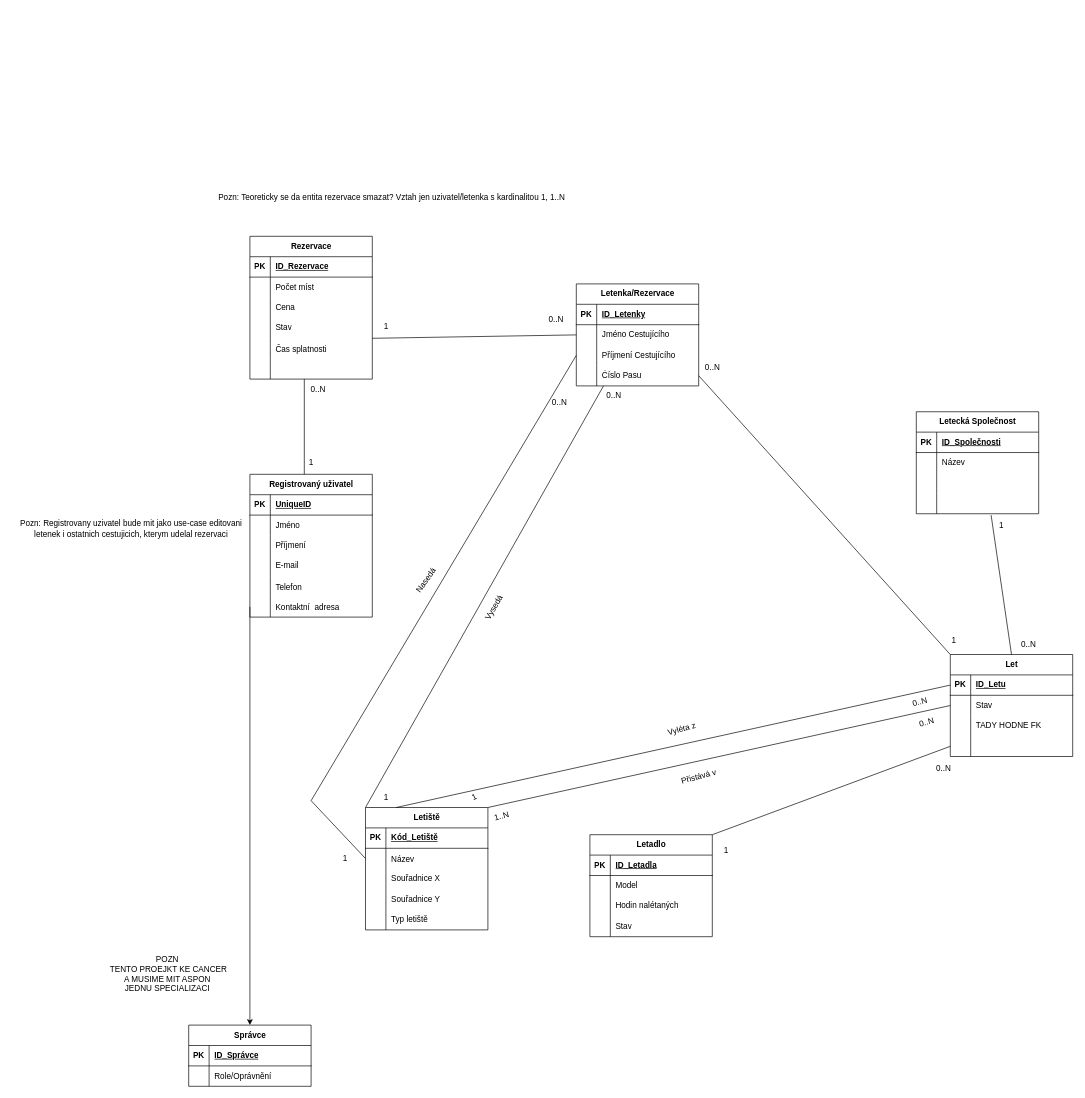
Vacko32/IDSProject keeps this draw.io diagram as ER.drawio. Above is the earlier version. Source tidied: cells renumbered, new cells numbered last; positions are measured from the earlier drawing's top-left corner, leaving out a move shared by most shapes. Both pictures are drawn from the tidied source at 68%, with x=0, y=0 at pixel (12, 187).
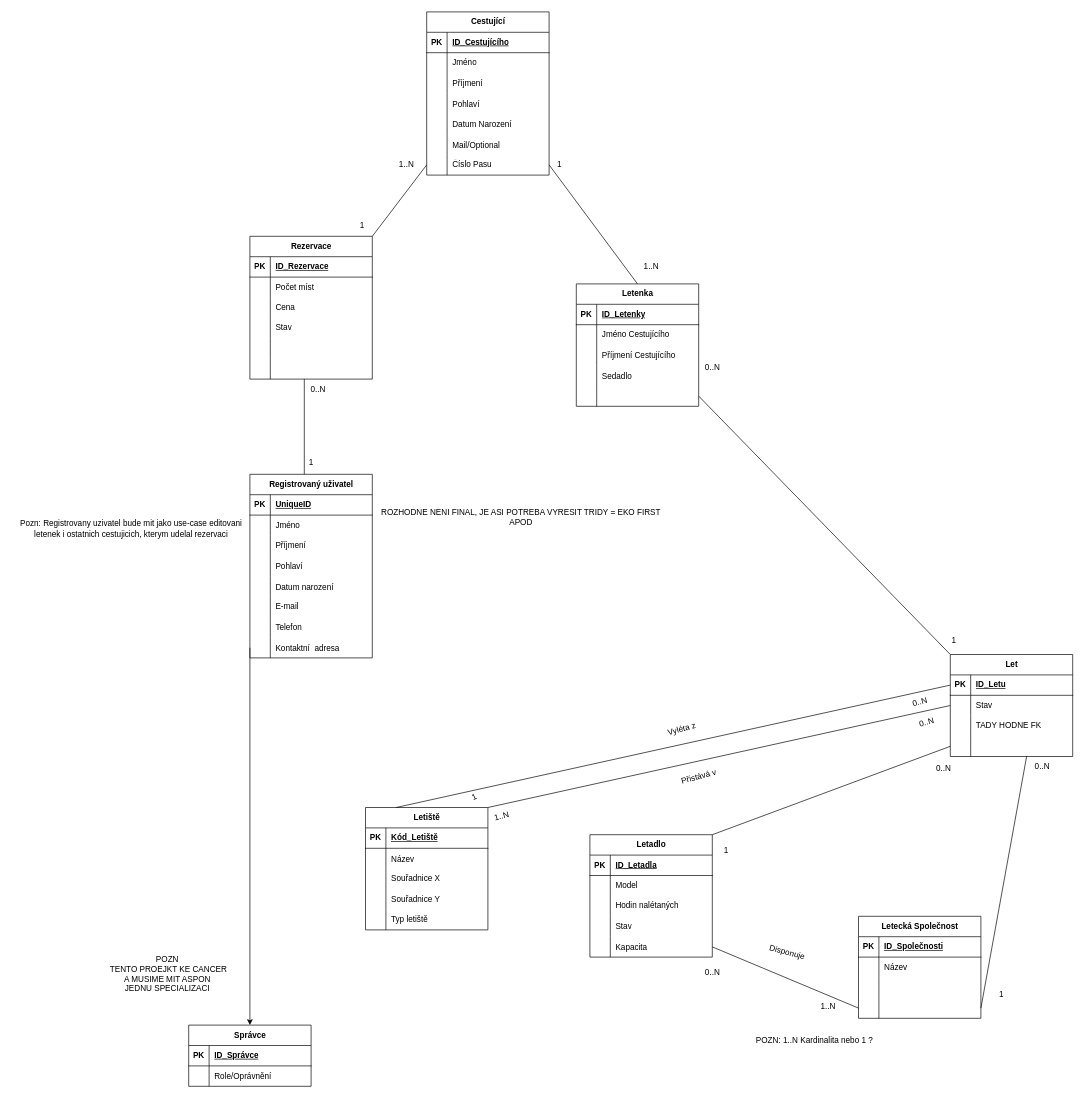
Above is the later version.

Commit message:
commited review

Unchanged cells that the change refers to:
```xml
<mxCell id="6" style="shape=tableRow;horizontal=0;startSize=0;swimlaneHead=0;swimlaneBody=0;fillColor=none;points=[[0,0.5],[1,0.5]];portConstraint=eastwest;top=0;left=0;right=0;bottom=0;" parent="2" vertex="1">
  <mxGeometry y="60" width="180" height="30" as="geometry" />
</mxCell>
<mxCell id="9" style="shape=tableRow;horizontal=0;startSize=0;swimlaneHead=0;swimlaneBody=0;fillColor=none;points=[[0,0.5],[1,0.5]];portConstraint=eastwest;top=0;left=0;right=0;bottom=0;" parent="2" vertex="1">
  <mxGeometry y="90" width="180" height="30" as="geometry" />
</mxCell>
<mxCell id="25" style="shape=tableRow;horizontal=0;startSize=0;swimlaneHead=0;swimlaneBody=0;fillColor=none;points=[[0,0.5],[1,0.5]];portConstraint=eastwest;top=0;left=0;right=0;bottom=0;" parent="15" vertex="1">
  <mxGeometry y="120" width="180" height="30" as="geometry" />
</mxCell>
<mxCell id="28" value="Letiště" style="shape=table;startSize=30;childLayout=tableLayout;rowLines=0;fontStyle=1;align=center;html=1;" parent="1" vertex="1">
  <mxGeometry x="520" y="912" width="180" height="180" as="geometry" />
</mxCell>
<mxCell id="32" style="shape=tableRow;horizontal=0;startSize=0;swimlaneHead=0;swimlaneBody=0;fillColor=none;points=[[0,0.5],[1,0.5]];portConstraint=eastwest;top=0;left=0;right=0;bottom=0;" parent="28" vertex="1">
  <mxGeometry y="60" width="180" height="30" as="geometry" />
</mxCell>
<mxCell id="57" value="Let" style="shape=table;startSize=30;childLayout=tableLayout;rowLines=0;fontStyle=1;align=center;html=1;" parent="1" vertex="1">
  <mxGeometry x="1380" y="687" width="180" height="150" as="geometry" />
</mxCell>
<mxCell id="67" style="shape=tableRow;horizontal=0;startSize=0;swimlaneHead=0;swimlaneBody=0;fillColor=none;points=[[0,0.5],[1,0.5]];portConstraint=eastwest;top=0;left=0;right=0;bottom=0;" parent="57" vertex="1">
  <mxGeometry y="120" width="180" height="30" as="geometry" />
</mxCell>
<mxCell id="88" style="shape=tableRow;horizontal=0;startSize=0;swimlaneHead=0;swimlaneBody=0;fillColor=none;top=0;left=0;right=0;bottom=0;" parent="75" vertex="1">
  <mxGeometry y="150" width="180" height="30" as="geometry" />
</mxCell>
```

Change to the diagram source:
```diff
@@
-    <mxCell id="2" value="Letenka/Rezervace" style="shape=table;startSize=30;childLayout=tableLayout;rowLines=0;fontStyle=1;align=center;html=1;" parent="1" vertex="1">
-      <mxGeometry x="830" y="142" width="180" height="150" as="geometry" />
+    <mxCell id="2" value="Letenka" style="shape=table;startSize=30;childLayout=tableLayout;rowLines=0;fontStyle=1;align=center;html=1;" parent="1" vertex="1">
+      <mxGeometry x="830" y="142" width="180" height="180" as="geometry" />
     </mxCell>
@@
+    <mxCell id="151" style="shape=tableRow;horizontal=0;startSize=0;swimlaneHead=0;swimlaneBody=0;fillColor=none;top=0;left=0;right=0;bottom=0;" parent="2" vertex="1">
+      <mxGeometry y="120" width="180" height="30" as="geometry" />
+    </mxCell>
+    <mxCell id="152" style="shape=partialRectangle;fillColor=none;top=0;left=0;bottom=0;right=0;overflow=hidden;" parent="151" vertex="1">
+      <mxGeometry width="30" height="30" as="geometry" />
+    </mxCell>
+    <mxCell id="153" value="Sedadlo" style="shape=partialRectangle;fillColor=none;top=0;left=0;bottom=0;right=0;align=left;spacingLeft=6;overflow=hidden;" parent="151" vertex="1">
+      <mxGeometry x="30" width="150" height="30" as="geometry" />
+    </mxCell>
     <mxCell id="12" style="shape=tableRow;horizontal=0;startSize=0;swimlaneHead=0;swimlaneBody=0;fillColor=none;points=[[0,0.5],[1,0.5]];portConstraint=eastwest;top=0;left=0;right=0;bottom=0;" parent="2" vertex="1">
-      <mxGeometry y="120" width="180" height="30" as="geometry" />
+      <mxGeometry y="150" width="180" height="30" as="geometry" />
     </mxCell>
@@
-    <mxCell id="14" value="Číslo Pasu" style="shape=partialRectangle;fillColor=none;top=0;left=0;bottom=0;right=0;align=left;spacingLeft=6;overflow=hidden;whiteSpace=wrap;html=1;" parent="12" vertex="1">
+    <mxCell id="14" style="shape=partialRectangle;fillColor=none;top=0;left=0;bottom=0;right=0;align=left;spacingLeft=6;overflow=hidden;whiteSpace=wrap;html=1;" parent="12" vertex="1">
       <mxGeometry x="30" width="150" height="30" as="geometry" />
     </mxCell>
     <mxCell id="15" value="Letecká Společnost" style="shape=table;startSize=30;childLayout=tableLayout;rowLines=0;fontStyle=1;align=center;html=1;" parent="1" vertex="1">
-      <mxGeometry x="1330" y="330" width="180" height="150" as="geometry" />
+      <mxGeometry x="1245" y="1072" width="180" height="150" as="geometry" />
     </mxCell>
@@
     <mxCell id="44" value="Letadlo" style="shape=table;startSize=30;childLayout=tableLayout;rowLines=0;fontStyle=1;align=center;html=1;" parent="1" vertex="1">
-      <mxGeometry x="850" y="952" width="180" height="150" as="geometry" />
+      <mxGeometry x="850" y="952" width="180" height="180" as="geometry" />
     </mxCell>
@@
+    <mxCell id="154" style="shape=tableRow;horizontal=0;startSize=0;swimlaneHead=0;swimlaneBody=0;fillColor=none;points=[[0,0.5],[1,0.5]];portConstraint=eastwest;top=0;left=0;right=0;bottom=0;" parent="44" vertex="1">
+      <mxGeometry y="150" width="180" height="30" as="geometry" />
+    </mxCell>
+    <mxCell id="155" style="shape=partialRectangle;fillColor=none;top=0;left=0;bottom=0;right=0;overflow=hidden;" parent="154" vertex="1">
+      <mxGeometry width="30" height="30" as="geometry" />
+    </mxCell>
+    <mxCell id="156" value="Kapacita" style="shape=partialRectangle;fillColor=none;top=0;left=0;bottom=0;right=0;align=left;spacingLeft=6;overflow=hidden;" parent="154" vertex="1">
+      <mxGeometry x="30" width="150" height="30" as="geometry" />
+    </mxCell>
@@
-    <mxCell id="73" style="endArrow=none;html=1;rounded=0;exitX=0.5;exitY=0;exitDx=0;exitDy=0;" parent="1" edge="1" source="57">
-      <mxGeometry relative="1" as="geometry">
-        <mxPoint x="1440" y="482" as="targetPoint" />
-      </mxGeometry>
+    <mxCell id="73" style="endArrow=none;html=1;rounded=0;exitX=0.624;exitY=0.985;exitDx=0;exitDy=0;entryX=1;entryY=0.5;entryDx=0;entryDy=0;exitPerimeter=0;" parent="1" edge="1" source="67" target="25">
+      <mxGeometry relative="1" as="geometry" />
     </mxCell>
@@
-    <mxCell id="90" value="Čas splatnosti" style="shape=partialRectangle;fillColor=none;top=0;left=0;bottom=0;right=0;align=left;spacingLeft=6;overflow=hidden;" parent="88" vertex="1">
+    <mxCell id="90" style="shape=partialRectangle;fillColor=none;top=0;left=0;bottom=0;right=0;align=left;spacingLeft=6;overflow=hidden;" parent="88" vertex="1">
       <mxGeometry x="30" width="150" height="30" as="geometry" />
     </mxCell>
@@
     <mxCell id="94" value="Registrovaný uživatel" style="shape=table;startSize=30;childLayout=tableLayout;rowLines=0;fontStyle=1;align=center;html=1;" parent="1" vertex="1">
-      <mxGeometry x="350" y="422" width="180" height="210" as="geometry" />
+      <mxGeometry x="350" y="422" width="180" height="270" as="geometry" />
     </mxCell>
@@
+    <mxCell id="157" style="shape=tableRow;horizontal=0;startSize=0;swimlaneHead=0;swimlaneBody=0;fillColor=none;top=0;left=0;right=0;bottom=0;" parent="94" vertex="1">
+      <mxGeometry y="120" width="180" height="30" as="geometry" />
+    </mxCell>
+    <mxCell id="158" style="shape=partialRectangle;fillColor=none;top=0;left=0;bottom=0;right=0;overflow=hidden;" parent="157" vertex="1">
+      <mxGeometry width="30" height="30" as="geometry" />
+    </mxCell>
+    <mxCell id="159" value="Pohlaví" style="shape=partialRectangle;fillColor=none;top=0;left=0;bottom=0;right=0;align=left;spacingLeft=6;overflow=hidden;" parent="157" vertex="1">
+      <mxGeometry x="30" width="150" height="30" as="geometry" />
+    </mxCell>
+    <mxCell id="160" style="shape=tableRow;horizontal=0;startSize=0;swimlaneHead=0;swimlaneBody=0;fillColor=none;top=0;left=0;right=0;bottom=0;" parent="94" vertex="1">
+      <mxGeometry y="150" width="180" height="30" as="geometry" />
+    </mxCell>
+    <mxCell id="161" style="shape=partialRectangle;fillColor=none;top=0;left=0;bottom=0;right=0;overflow=hidden;" parent="160" vertex="1">
+      <mxGeometry width="30" height="30" as="geometry" />
+    </mxCell>
+    <mxCell id="162" value="Datum narození" style="shape=partialRectangle;fillColor=none;top=0;left=0;bottom=0;right=0;align=left;spacingLeft=6;overflow=hidden;" parent="160" vertex="1">
+      <mxGeometry x="30" width="150" height="30" as="geometry" />
+    </mxCell>
     <mxCell id="104" style="shape=tableRow;horizontal=0;startSize=0;swimlaneHead=0;swimlaneBody=0;fillColor=none;top=0;left=0;right=0;bottom=0;" parent="94" vertex="1">
-      <mxGeometry y="120" width="180" height="30" as="geometry" />
+      <mxGeometry y="180" width="180" height="30" as="geometry" />
     </mxCell>
@@
     <mxCell id="107" style="shape=tableRow;horizontal=0;startSize=0;swimlaneHead=0;swimlaneBody=0;fillColor=none;top=0;left=0;right=0;bottom=0;" parent="94" vertex="1">
-      <mxGeometry y="150" width="180" height="30" as="geometry" />
+      <mxGeometry y="210" width="180" height="30" as="geometry" />
     </mxCell>
@@
     <mxCell id="110" style="shape=tableRow;horizontal=0;startSize=0;swimlaneHead=0;swimlaneBody=0;fillColor=none;points=[[0,0.5],[1,0.5]];portConstraint=eastwest;top=0;left=0;right=0;bottom=0;" parent="94" vertex="1">
-      <mxGeometry y="180" width="180" height="30" as="geometry" />
+      <mxGeometry y="240" width="180" height="30" as="geometry" />
     </mxCell>
@@
-    <mxCell id="113" style="endArrow=none;html=1;rounded=0;entryX=0;entryY=0.5;entryDx=0;entryDy=0;" parent="1" edge="1" target="6">
-      <mxGeometry relative="1" as="geometry">
-        <mxPoint x="530" y="222" as="sourcePoint" />
-      </mxGeometry>
-    </mxCell>
@@
-    <mxCell id="118" value="1" style="text;html=1;align=center;verticalAlign=middle;strokeColor=none;fillColor=none;" parent="1" vertex="1">
-      <mxGeometry x="535" y="190" width="30" height="30" as="geometry" />
-    </mxCell>
-    <mxCell id="119" value="0..N" style="text;html=1;align=center;verticalAlign=middle;strokeColor=none;fillColor=none;" parent="1" vertex="1">
-      <mxGeometry x="775" y="180" width="50" height="30" as="geometry" />
-    </mxCell>
@@
     <mxCell id="122" value="1" style="text;html=1;align=center;verticalAlign=middle;strokeColor=none;fillColor=none;" parent="1" vertex="1">
-      <mxGeometry x="1440" y="482" width="30" height="30" as="geometry" />
+      <mxGeometry x="1440" y="1172" width="30" height="30" as="geometry" />
     </mxCell>
     <mxCell id="123" value="0..N" style="text;html=1;align=center;verticalAlign=middle;strokeColor=none;fillColor=none;" parent="1" vertex="1">
-      <mxGeometry x="1470" y="657" width="50" height="30" as="geometry" />
+      <mxGeometry x="1490" y="837" width="50" height="30" as="geometry" />
     </mxCell>
@@
-    <mxCell id="132" value="Pozn: Teoreticky se da entita rezervace smazat? Vztah jen uzivatel/letenka s kardinalitou 1, 1..N&amp;nbsp;" style="text;html=1;align=center;verticalAlign=middle;strokeColor=none;fillColor=none;" parent="1" vertex="1">
-      <mxGeometry x="290" width="540" height="30" as="geometry" />
-    </mxCell>
-    <mxCell id="133" style="endArrow=none;html=1;rounded=0;exitX=0;exitY=0;exitDx=0;exitDy=0;" parent="1" edge="1" source="28">
-      <mxGeometry relative="1" as="geometry">
-        <mxPoint x="870" y="292" as="targetPoint" />
-      </mxGeometry>
-    </mxCell>
-    <mxCell id="134" style="endArrow=none;html=1;rounded=0;entryX=0;entryY=0.5;entryDx=0;entryDy=0;" parent="1" edge="1" target="32">
-      <mxGeometry relative="1" as="geometry">
-        <mxPoint x="440" y="902" as="sourcePoint" />
-      </mxGeometry>
-    </mxCell>
-    <mxCell id="135" style="endArrow=none;html=1;rounded=0;entryX=0;entryY=0.5;entryDx=0;entryDy=0;" parent="1" edge="1" target="9">
-      <mxGeometry relative="1" as="geometry">
-        <mxPoint x="440" y="902" as="sourcePoint" />
-      </mxGeometry>
-    </mxCell>
-    <mxCell id="136" value="Nasedá&amp;nbsp;" style="text;html=1;align=center;verticalAlign=middle;strokeColor=none;fillColor=none;rotation=-55;" parent="1" vertex="1">
-      <mxGeometry x="575" y="562" width="70" height="30" as="geometry" />
-    </mxCell>
-    <mxCell id="137" value="Vysedá&amp;nbsp;" style="text;html=1;align=center;verticalAlign=middle;strokeColor=none;fillColor=none;rotation=-60;" parent="1" vertex="1">
-      <mxGeometry x="675" y="602" width="70" height="30" as="geometry" />
-    </mxCell>
-    <mxCell id="138" value="1" style="text;html=1;align=center;verticalAlign=middle;strokeColor=none;fillColor=none;rotation=0;" parent="1" vertex="1">
-      <mxGeometry x="535" y="882" width="30" height="30" as="geometry" />
-    </mxCell>
-    <mxCell id="139" value="1" style="text;html=1;align=center;verticalAlign=middle;strokeColor=none;fillColor=none;rotation=0;" parent="1" vertex="1">
-      <mxGeometry x="475" y="972" width="30" height="30" as="geometry" />
-    </mxCell>
-    <mxCell id="140" value="0..N" style="text;html=1;align=center;verticalAlign=middle;strokeColor=none;fillColor=none;" parent="1" vertex="1">
-      <mxGeometry x="860" y="292" width="50" height="30" as="geometry" />
-    </mxCell>
-    <mxCell id="141" value="0..N" style="text;html=1;align=center;verticalAlign=middle;strokeColor=none;fillColor=none;" parent="1" vertex="1">
-      <mxGeometry x="780" y="302" width="50" height="30" as="geometry" />
-    </mxCell>
@@
+    <mxCell id="163" value="Cestující" style="shape=table;startSize=30;childLayout=tableLayout;rowLines=0;fontStyle=1;align=center;html=1;" parent="1" vertex="1">
+      <mxGeometry x="610" y="-258" width="180" height="240" as="geometry" />
+    </mxCell>
+    <mxCell id="164" style="shape=tableRow;horizontal=0;startSize=0;swimlaneHead=0;swimlaneBody=0;fillColor=none;top=0;left=0;right=0;bottom=1;" parent="163" vertex="1">
+      <mxGeometry y="30" width="180" height="30" as="geometry" />
+    </mxCell>
+    <mxCell id="165" value="PK" style="shape=partialRectangle;fillColor=none;top=0;left=0;bottom=0;right=0;fontStyle=1;overflow=hidden;whiteSpace=wrap;html=1;" parent="164" vertex="1">
+      <mxGeometry width="30" height="30" as="geometry" />
+    </mxCell>
+    <mxCell id="166" value="ID_Cestujícího" style="shape=partialRectangle;fillColor=none;top=0;left=0;bottom=0;right=0;align=left;spacingLeft=6;fontStyle=5;overflow=hidden;whiteSpace=wrap;html=1;" parent="164" vertex="1">
+      <mxGeometry x="30" width="150" height="30" as="geometry" />
+    </mxCell>
+    <mxCell id="167" style="shape=tableRow;horizontal=0;startSize=0;swimlaneHead=0;swimlaneBody=0;fillColor=none;top=0;left=0;right=0;bottom=0;" parent="163" vertex="1">
+      <mxGeometry y="60" width="180" height="30" as="geometry" />
+    </mxCell>
+    <mxCell id="168" style="shape=partialRectangle;fillColor=none;top=0;left=0;bottom=0;right=0;overflow=hidden;whiteSpace=wrap;html=1;" parent="167" vertex="1">
+      <mxGeometry width="30" height="30" as="geometry" />
+    </mxCell>
+    <mxCell id="169" value="Jméno" style="shape=partialRectangle;fillColor=none;top=0;left=0;bottom=0;right=0;align=left;spacingLeft=6;overflow=hidden;whiteSpace=wrap;html=1;" parent="167" vertex="1">
+      <mxGeometry x="30" width="150" height="30" as="geometry" />
+    </mxCell>
+    <mxCell id="170" style="shape=tableRow;horizontal=0;startSize=0;swimlaneHead=0;swimlaneBody=0;fillColor=none;top=0;left=0;right=0;bottom=0;" parent="163" vertex="1">
+      <mxGeometry y="90" width="180" height="30" as="geometry" />
+    </mxCell>
+    <mxCell id="171" style="shape=partialRectangle;fillColor=none;top=0;left=0;bottom=0;right=0;overflow=hidden;whiteSpace=wrap;html=1;" parent="170" vertex="1">
+      <mxGeometry width="30" height="30" as="geometry" />
+    </mxCell>
+    <mxCell id="172" value="Příjmení" style="shape=partialRectangle;fillColor=none;top=0;left=0;bottom=0;right=0;align=left;spacingLeft=6;overflow=hidden;whiteSpace=wrap;html=1;" parent="170" vertex="1">
+      <mxGeometry x="30" width="150" height="30" as="geometry" />
+    </mxCell>
+    <mxCell id="173" style="shape=tableRow;horizontal=0;startSize=0;swimlaneHead=0;swimlaneBody=0;fillColor=none;top=0;left=0;right=0;bottom=0;" parent="163" vertex="1">
+      <mxGeometry y="120" width="180" height="30" as="geometry" />
+    </mxCell>
+    <mxCell id="174" style="shape=partialRectangle;fillColor=none;top=0;left=0;bottom=0;right=0;overflow=hidden;" parent="173" vertex="1">
+      <mxGeometry width="30" height="30" as="geometry" />
+    </mxCell>
+    <mxCell id="175" value="Pohlaví" style="shape=partialRectangle;fillColor=none;top=0;left=0;bottom=0;right=0;align=left;spacingLeft=6;overflow=hidden;" parent="173" vertex="1">
+      <mxGeometry x="30" width="150" height="30" as="geometry" />
+    </mxCell>
+    <mxCell id="176" style="shape=tableRow;horizontal=0;startSize=0;swimlaneHead=0;swimlaneBody=0;fillColor=none;top=0;left=0;right=0;bottom=0;" parent="163" vertex="1">
+      <mxGeometry y="150" width="180" height="30" as="geometry" />
+    </mxCell>
+    <mxCell id="177" style="shape=partialRectangle;fillColor=none;top=0;left=0;bottom=0;right=0;overflow=hidden;" parent="176" vertex="1">
+      <mxGeometry width="30" height="30" as="geometry" />
+    </mxCell>
+    <mxCell id="178" value="Datum Narození" style="shape=partialRectangle;fillColor=none;top=0;left=0;bottom=0;right=0;align=left;spacingLeft=6;overflow=hidden;" parent="176" vertex="1">
+      <mxGeometry x="30" width="150" height="30" as="geometry" />
+    </mxCell>
+    <mxCell id="179" style="shape=tableRow;horizontal=0;startSize=0;swimlaneHead=0;swimlaneBody=0;fillColor=none;top=0;left=0;right=0;bottom=0;" parent="163" vertex="1">
+      <mxGeometry y="180" width="180" height="30" as="geometry" />
+    </mxCell>
+    <mxCell id="180" style="shape=partialRectangle;fillColor=none;top=0;left=0;bottom=0;right=0;overflow=hidden;" parent="179" vertex="1">
+      <mxGeometry width="30" height="30" as="geometry" />
+    </mxCell>
+    <mxCell id="181" value="Mail/Optional" style="shape=partialRectangle;fillColor=none;top=0;left=0;bottom=0;right=0;align=left;spacingLeft=6;overflow=hidden;" parent="179" vertex="1">
+      <mxGeometry x="30" width="150" height="30" as="geometry" />
+    </mxCell>
+    <mxCell id="182" style="shape=tableRow;horizontal=0;startSize=0;swimlaneHead=0;swimlaneBody=0;fillColor=none;points=[[0,0.5],[1,0.5]];portConstraint=eastwest;top=0;left=0;right=0;bottom=0;" parent="163" vertex="1">
+      <mxGeometry y="210" width="180" height="30" as="geometry" />
+    </mxCell>
+    <mxCell id="183" style="shape=partialRectangle;fillColor=none;top=0;left=0;bottom=0;right=0;overflow=hidden;whiteSpace=wrap;html=1;" parent="182" vertex="1">
+      <mxGeometry width="30" height="30" as="geometry" />
+    </mxCell>
+    <mxCell id="184" value="Číslo Pasu" style="shape=partialRectangle;fillColor=none;top=0;left=0;bottom=0;right=0;align=left;spacingLeft=6;overflow=hidden;whiteSpace=wrap;html=1;" parent="182" vertex="1">
+      <mxGeometry x="30" width="150" height="30" as="geometry" />
+    </mxCell>
+    <mxCell id="185" style="endArrow=none;html=1;rounded=0;entryX=0;entryY=0.5;entryDx=0;entryDy=0;" parent="1" edge="1" target="182">
+      <mxGeometry relative="1" as="geometry">
+        <mxPoint x="530" y="72" as="sourcePoint" />
+      </mxGeometry>
+    </mxCell>
+    <mxCell id="186" style="endArrow=none;html=1;rounded=0;exitX=1;exitY=0.5;exitDx=0;exitDy=0;entryX=0.5;entryY=0;entryDx=0;entryDy=0;" parent="1" edge="1" source="182" target="2">
+      <mxGeometry relative="1" as="geometry" />
+    </mxCell>
+    <mxCell id="187" value="1" style="text;html=1;align=center;verticalAlign=middle;strokeColor=none;fillColor=none;" parent="1" vertex="1">
+      <mxGeometry x="500" y="42" width="30" height="30" as="geometry" />
+    </mxCell>
+    <mxCell id="188" value="1..N" style="text;html=1;align=center;verticalAlign=middle;strokeColor=none;fillColor=none;" parent="1" vertex="1">
+      <mxGeometry x="555" y="-48" width="50" height="30" as="geometry" />
+    </mxCell>
+    <mxCell id="189" value="1" style="text;html=1;align=center;verticalAlign=middle;strokeColor=none;fillColor=none;" parent="1" vertex="1">
+      <mxGeometry x="790" y="-48" width="30" height="30" as="geometry" />
+    </mxCell>
+    <mxCell id="190" value="1..N" style="text;html=1;align=center;verticalAlign=middle;strokeColor=none;fillColor=none;" parent="1" vertex="1">
+      <mxGeometry x="915" y="102" width="50" height="30" as="geometry" />
+    </mxCell>
+    <mxCell id="191" style="endArrow=none;html=1;rounded=0;entryX=0;entryY=0.5;entryDx=0;entryDy=0;exitX=1;exitY=0.5;exitDx=0;exitDy=0;" parent="1" edge="1" source="154" target="25">
+      <mxGeometry relative="1" as="geometry" />
+    </mxCell>
+    <mxCell id="192" value="Disponuje" style="text;html=1;align=center;verticalAlign=middle;strokeColor=none;fillColor=none;rotation=15;" parent="1" vertex="1">
+      <mxGeometry x="1100" y="1110" width="80" height="30" as="geometry" />
+    </mxCell>
+    <mxCell id="193" value="0..N" style="text;html=1;align=center;verticalAlign=middle;strokeColor=none;fillColor=none;" parent="1" vertex="1">
+      <mxGeometry x="1005" y="1140" width="50" height="30" as="geometry" />
+    </mxCell>
+    <mxCell id="194" value="1..N" style="text;html=1;align=center;verticalAlign=middle;strokeColor=none;fillColor=none;" parent="1" vertex="1">
+      <mxGeometry x="1175" y="1190" width="50" height="30" as="geometry" />
+    </mxCell>
+    <mxCell id="195" value="POZN: 1..N Kardinalita nebo 1 ?" style="text;html=1;align=center;verticalAlign=middle;strokeColor=none;fillColor=none;" parent="1" vertex="1">
+      <mxGeometry x="1080" y="1240" width="200" height="30" as="geometry" />
+    </mxCell>
+    <mxCell id="196" value="ROZHODNE NENI FINAL, JE ASI POTREBA VYRESIT TRIDY = EKO FIRST&amp;nbsp;&lt;br&gt;APOD&amp;nbsp;" style="text;html=1;align=center;verticalAlign=middle;strokeColor=none;fillColor=none;" parent="1" vertex="1">
+      <mxGeometry x="530" y="465" width="440" height="40" as="geometry" />
+    </mxCell>
```
